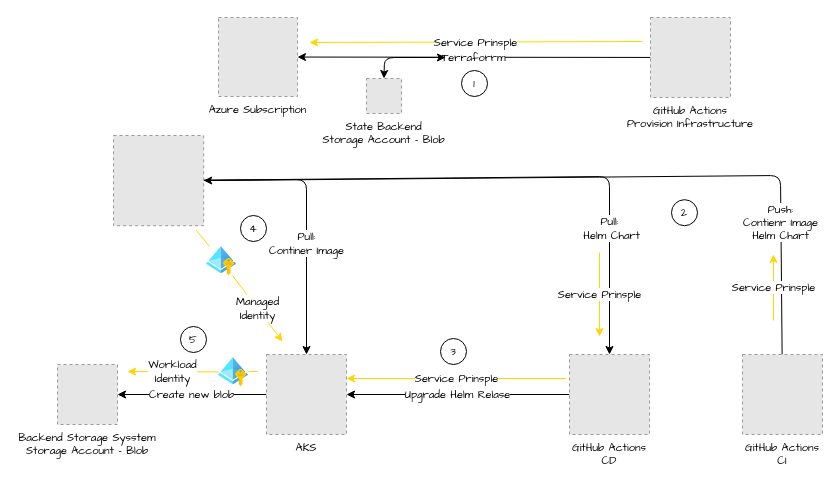
Earlier version of the draw.io diagram Diagrams/authentication.dio (nadavSalman/V-Home-Assignment-DevOps). Source tidied: cells renumbered, new cells numbered last; positions are measured from the earlier drawing's top-left corner, leaving out a move shared by most shapes. Both pictures are drawn from the tidied source at 100%, with x=0, y=0 at pixel (57, 17). Pictures stored in the file or linked from it are replaced by grey dashed boxes.
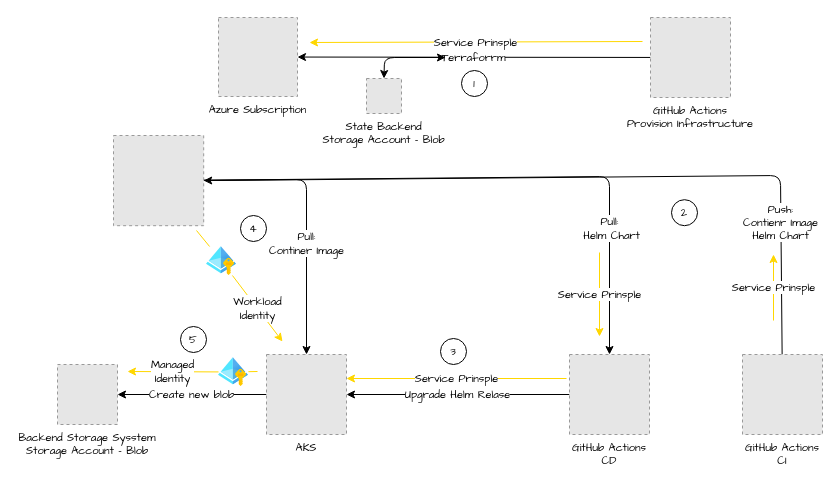
The same page after the edit.

The change refers to these unchanged cells:
```xml
<mxCell id="22" style="html=1;points=[];align=center;image;fontSize=11;image=img/lib/azure2/identity/Managed_Identities.svg;fontFamily=Comic Sans MS;" parent="1" vertex="1">
  <mxGeometry x="161" y="340" width="29.9" height="29" as="geometry" />
</mxCell>
<mxCell id="24" style="html=1;points=[];align=center;image;fontSize=11;image=img/lib/azure2/identity/Managed_Identities.svg;fontFamily=Comic Sans MS;" parent="1" vertex="1">
  <mxGeometry x="149" y="229" width="29.9" height="29" as="geometry" />
</mxCell>
```

Diff of the diagram source:
```diff
@@
-    <mxCell id="7" value="&lt;font style=&quot;font-size: 11px;&quot;&gt;Workload&lt;br style=&quot;font-size: 11px;&quot;&gt;Identity&lt;/font&gt;" style="edgeStyle=none;html=1;fontFamily=Comic Sans MS;strokeColor=#FFD700;startArrow=none;fontSize=11;" parent="1" edge="1" source="22">
+    <mxCell id="7" value="Managed &lt;br&gt;Identity" style="edgeStyle=none;html=1;fontFamily=Comic Sans MS;strokeColor=#FFD700;startArrow=none;fontSize=11;" parent="1" edge="1" source="22">
       <mxGeometry relative="1" as="geometry">
         <mxPoint x="70" y="354" as="targetPoint" />
       </mxGeometry>
     </mxCell>
@@
-    <mxCell id="13" value="&lt;font style=&quot;font-size: 11px;&quot;&gt;Managed &lt;br style=&quot;font-size: 11px;&quot;&gt;Identity&lt;/font&gt;" style="edgeStyle=none;html=1;fontFamily=Comic Sans MS;strokeColor=#FFD700;startArrow=none;fontSize=11;" parent="1" edge="1" source="24">
+    <mxCell id="13" value="Workload&lt;br&gt;Identity" style="edgeStyle=none;html=1;fontFamily=Comic Sans MS;strokeColor=#FFD700;startArrow=none;fontSize=11;" parent="1" edge="1" source="24">
       <mxGeometry relative="1" as="geometry">
         <mxPoint x="225" y="324" as="targetPoint" />
       </mxGeometry>
     </mxCell>
```
